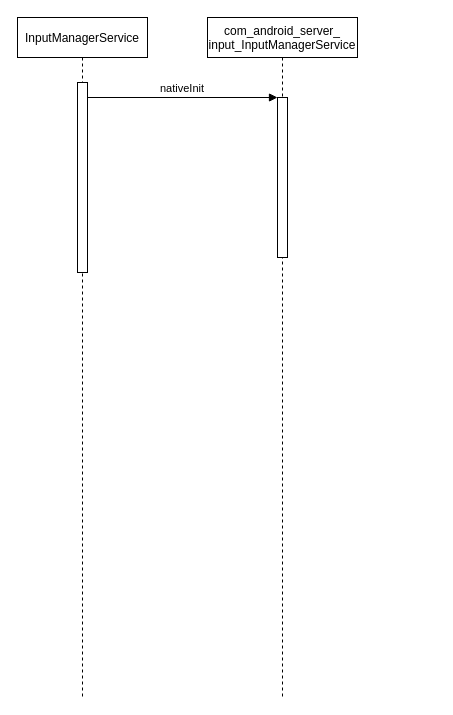
This is Input.drawio from Frezrik/UML, a draw.io file, before an edit. Source tidied: cells renumbered, new cells numbered last; positions are measured from the earlier drawing's top-left corner, leaving out a move shared by most shapes. Both pictures are drawn from the tidied source at 100%, with x=0, y=0 at pixel (17, 17).
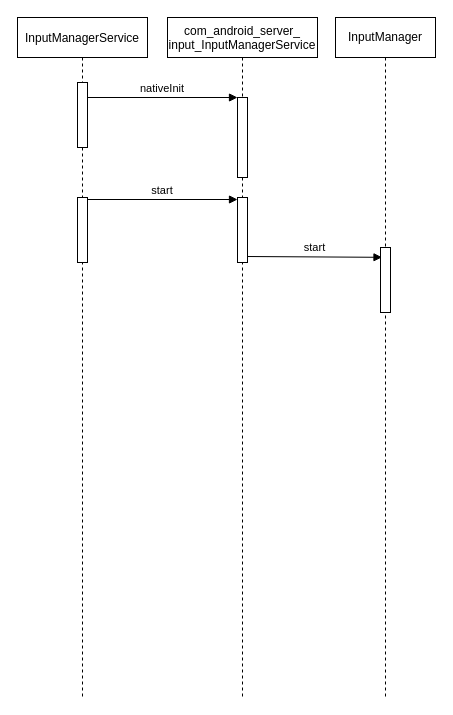
Above is the later version.

The edit, as a diff of the source:
```diff
@@
 <mxGraphModel>
   <root>
     <mxCell id="0" />
     <mxCell id="1" parent="0" />
     <mxCell id="2" value="InputManagerService" style="shape=umlLifeline;perimeter=lifelinePerimeter;rounded=0;shadow=0;strokeWidth=1;" parent="1" vertex="1">
       <mxGeometry width="130" height="680" as="geometry" />
     </mxCell>
     <mxCell id="3" style="points=[];perimeter=orthogonalPerimeter;rounded=0;shadow=0;strokeWidth=1;" parent="2" vertex="1">
-      <mxGeometry x="60" y="65" width="10" height="190" as="geometry" />
+      <mxGeometry x="60" y="65" width="10" height="65" as="geometry" />
     </mxCell>
     <mxCell id="4" value="com_android_server_&#10;input_InputManagerService" style="shape=umlLifeline;perimeter=lifelinePerimeter;rounded=0;shadow=0;strokeWidth=1;verticalAlign=middle;" parent="1" vertex="1">
-      <mxGeometry x="190" width="150" height="680" as="geometry" />
+      <mxGeometry x="150" width="150" height="680" as="geometry" />
     </mxCell>
     <mxCell id="5" style="points=[];perimeter=orthogonalPerimeter;rounded=0;shadow=0;strokeWidth=1;" parent="4" vertex="1">
-      <mxGeometry x="70" y="80" width="10" height="160" as="geometry" />
+      <mxGeometry x="70" y="80" width="10" height="80" as="geometry" />
     </mxCell>
     <mxCell id="6" value="nativeInit" style="verticalAlign=bottom;endArrow=block;entryX=0;entryY=0;shadow=0;strokeWidth=1;" parent="1" edge="1" source="3" target="5">
       <mxGeometry relative="1" as="geometry" />
     </mxCell>
+    <mxCell id="7" style="perimeter=orthogonalPerimeter;rounded=0;shadow=0;strokeWidth=1;" parent="1" vertex="1">
+      <mxGeometry x="60" y="180" width="10" height="65" as="geometry" />
+    </mxCell>
+    <mxCell id="8" style="points=[];perimeter=orthogonalPerimeter;rounded=0;shadow=0;strokeWidth=1;" parent="1" vertex="1">
+      <mxGeometry x="220" y="180" width="10" height="65" as="geometry" />
+    </mxCell>
+    <mxCell id="9" value="start" style="verticalAlign=bottom;endArrow=block;shadow=0;strokeWidth=1;" parent="1" edge="1">
+      <mxGeometry relative="1" as="geometry">
+        <mxPoint x="70" y="182" as="sourcePoint" />
+        <mxPoint x="220" y="182" as="targetPoint" />
+      </mxGeometry>
+    </mxCell>
+    <mxCell id="10" value="InputManager" style="shape=umlLifeline;perimeter=lifelinePerimeter;whiteSpace=wrap;html=1;verticalAlign=middle;" parent="1" vertex="1">
+      <mxGeometry x="318" width="100" height="680" as="geometry" />
+    </mxCell>
+    <mxCell id="11" style="points=[];perimeter=orthogonalPerimeter;rounded=0;shadow=0;strokeWidth=1;" parent="1" vertex="1">
+      <mxGeometry x="363" y="230" width="10" height="65" as="geometry" />
+    </mxCell>
+    <mxCell id="12" value="start" style="html=1;verticalAlign=bottom;endArrow=block;entryX=0.15;entryY=0.151;entryDx=0;entryDy=0;entryPerimeter=0;exitX=1.033;exitY=0.908;exitDx=0;exitDy=0;exitPerimeter=0;" parent="1" edge="1" source="8" target="11">
+      <mxGeometry relative="1" as="geometry" />
+    </mxCell>
   </root>
 </mxGraphModel>
```
